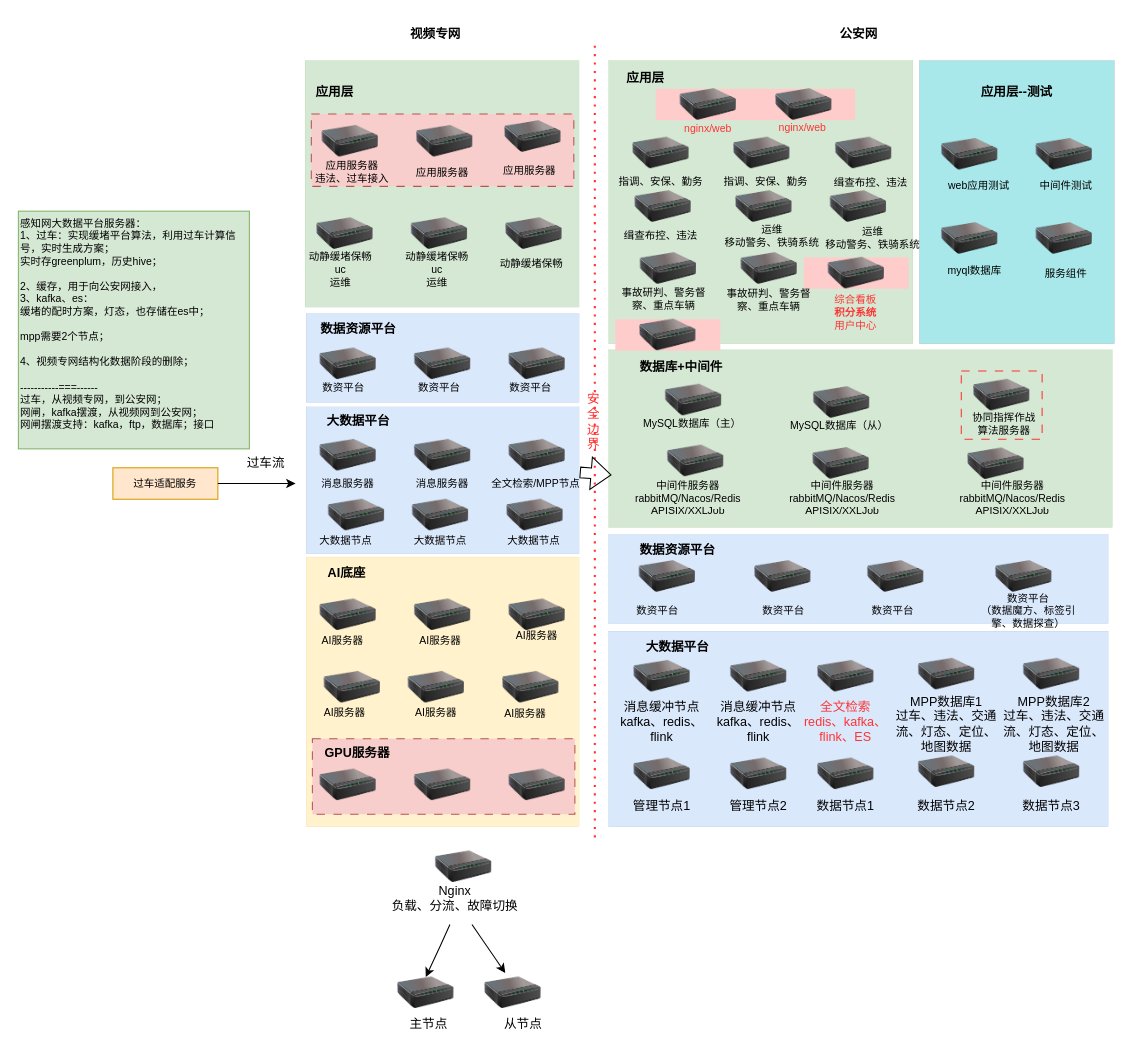
Above: page "服务器规划" (1 of 7) of 20230326.drawio in bj-ehualu/drawio (draw.io), before the change. Source tidied: cells renumbered, new cells numbered last; positions are measured from the earlier drawing's top-left corner, leaving out a move shared by most shapes. Both pictures are drawn from the tidied source at 105%, with x=0, y=0 at pixel (18, 18).
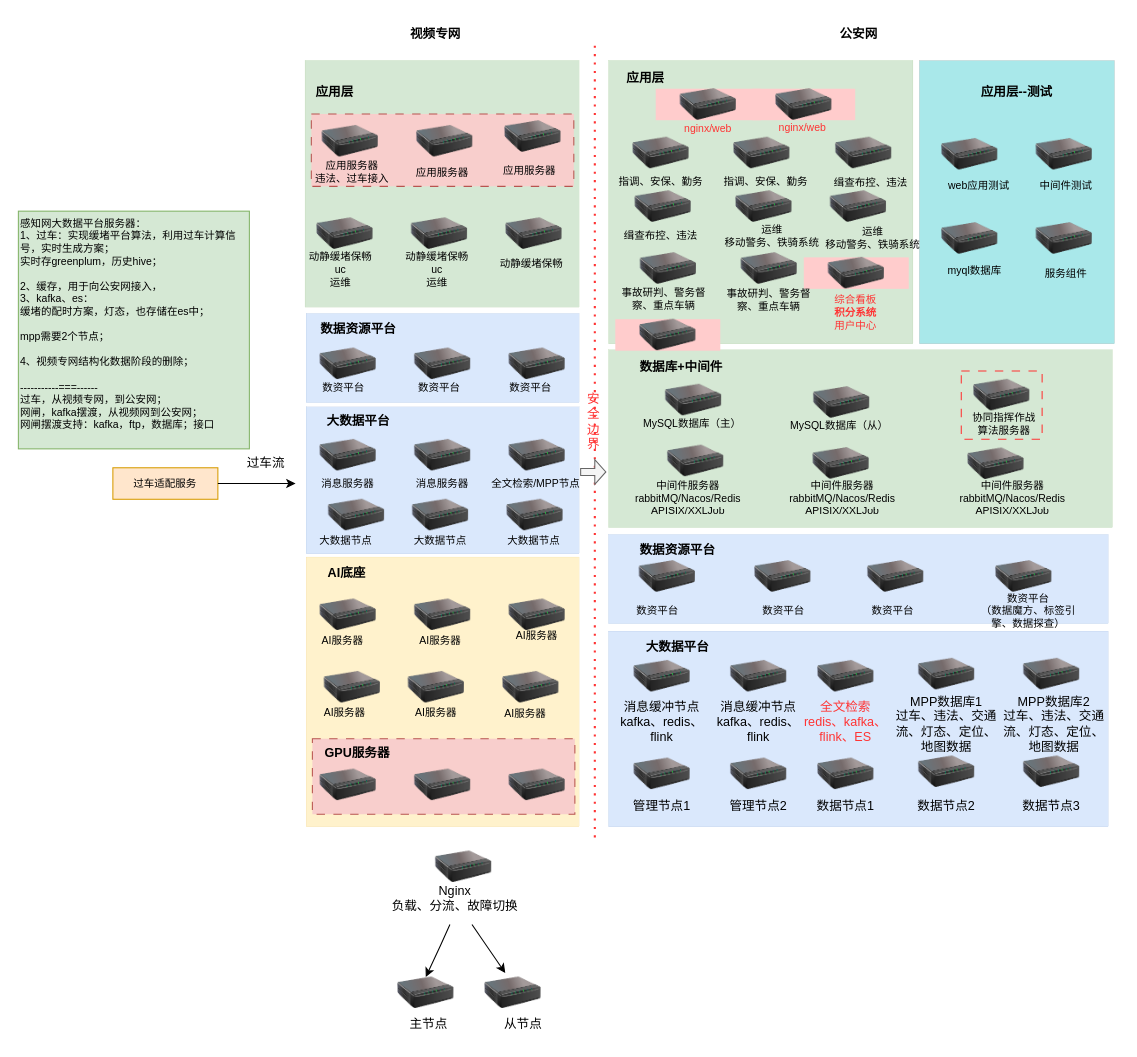
After the change.

The change refers to these unchanged cells:
```xml
<mxCell id="93" style="rounded=0;whiteSpace=wrap;html=1;fillColor=#d5e8d4;strokeColor=#82b366;strokeWidth=0;" parent="1" vertex="1">
  <mxGeometry x="562" y="315.5" width="480" height="169.5" as="geometry" />
</mxCell>
<mxCell id="149" value="安全边界" style="text;html=1;align=center;verticalAlign=middle;whiteSpace=wrap;rounded=0;fontColor=#FF3333;labelBackgroundColor=none;" parent="1" vertex="1">
  <mxGeometry x="539" y="330" width="18" height="108" as="geometry" />
</mxCell>
```

Diff of the diagram source:
```diff
@@
-    <mxCell id="153" style="shape=flexArrow;endArrow=classic;html=1;rounded=0;entryX=0.006;entryY=0.704;entryDx=0;entryDy=0;entryPerimeter=0;exitX=-0.241;exitY=0.948;exitDx=0;exitDy=0;exitPerimeter=0;" parent="1" edge="1" source="149" target="93">
-      <mxGeometry relative="1" as="geometry" />
+    <mxCell id="153" style="shape=flexArrow;endArrow=classic;html=1;rounded=0;endWidth=15.873015873015873;endSize=3.176190476190476;width=6.666666666666666;fillColor=#f5f5f5;strokeColor=#666666;" parent="1" edge="1">
+      <mxGeometry relative="1" as="geometry">
+        <mxPoint x="535" y="432" as="sourcePoint" />
+        <mxPoint x="560" y="432" as="targetPoint" />
+      </mxGeometry>
     </mxCell>
```
